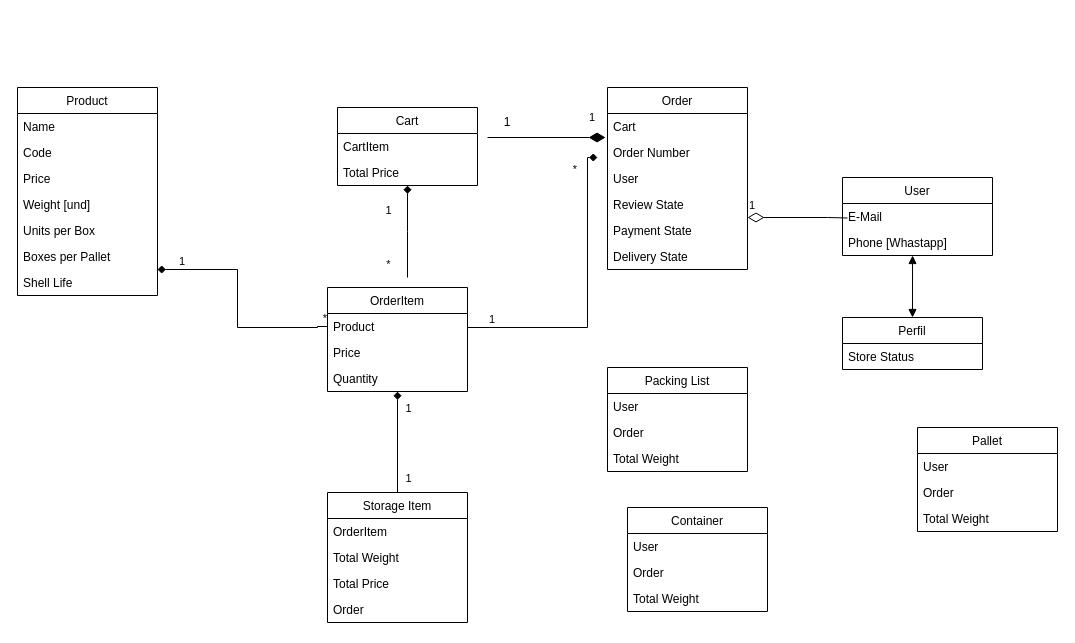
The draw.io diagram LUJACOL Class Diagram.drawio in jacobitosuperstar/lujacol, before the edit. Source tidied: cells renumbered, new cells numbered last; positions are measured from the earlier drawing's top-left corner, leaving out a move shared by most shapes. Both pictures are drawn from the tidied source at 100%, with x=0, y=0 at pixel (17, 87).
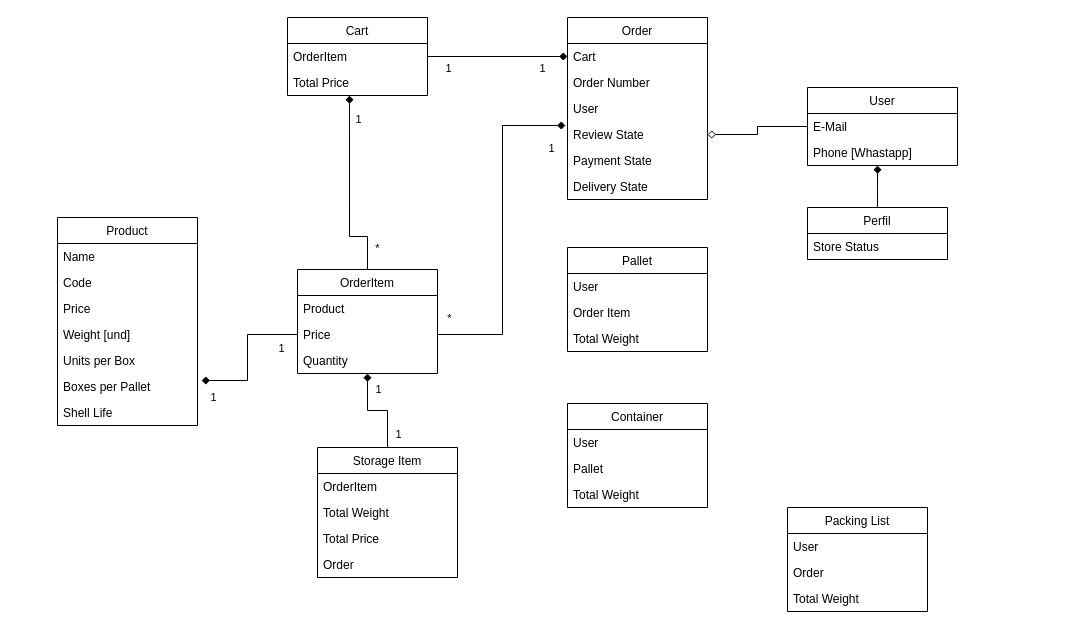
The same diagram, later.

Unchanged cells that the change refers to:
```xml
<mxCell id="8" value="Boxes per Pallet" style="text;strokeColor=none;fillColor=none;align=left;verticalAlign=top;spacingLeft=4;spacingRight=4;overflow=hidden;points=[[0,0.5],[1,0.5]];portConstraint=eastwest;" parent="2" vertex="1">
  <mxGeometry y="156" width="140" height="26" as="geometry" />
</mxCell>
<mxCell id="15" value="Total Price" style="text;strokeColor=none;fillColor=none;align=left;verticalAlign=top;spacingLeft=4;spacingRight=4;overflow=hidden;points=[[0,0.5],[1,0.5]];portConstraint=eastwest;" parent="13" vertex="1">
  <mxGeometry y="52" width="140" height="26" as="geometry" />
</mxCell>
<mxCell id="21" value="Price" style="text;strokeColor=none;fillColor=none;align=left;verticalAlign=top;spacingLeft=4;spacingRight=4;overflow=hidden;points=[[0,0.5],[1,0.5]];portConstraint=eastwest;" parent="19" vertex="1">
  <mxGeometry y="52" width="140" height="26" as="geometry" />
</mxCell>
<mxCell id="24" value="E-Mail" style="text;strokeColor=none;fillColor=none;align=left;verticalAlign=top;spacingLeft=4;spacingRight=4;overflow=hidden;points=[[0,0.5],[1,0.5]];portConstraint=eastwest;" parent="23" vertex="1">
  <mxGeometry y="26" width="150" height="26" as="geometry" />
</mxCell>
<mxCell id="25" value="Phone [Whastapp]" style="text;strokeColor=none;fillColor=none;align=left;verticalAlign=top;spacingLeft=4;spacingRight=4;overflow=hidden;points=[[0,0.5],[1,0.5]];portConstraint=eastwest;" parent="23" vertex="1">
  <mxGeometry y="52" width="150" height="26" as="geometry" />
</mxCell>
<mxCell id="29" value="Cart&#10;" style="text;strokeColor=none;fillColor=none;align=left;verticalAlign=top;spacingLeft=4;spacingRight=4;overflow=hidden;points=[[0,0.5],[1,0.5]];portConstraint=eastwest;" parent="28" vertex="1">
  <mxGeometry y="26" width="140" height="26" as="geometry" />
</mxCell>
<mxCell id="32" value="Review State" style="text;strokeColor=none;fillColor=none;align=left;verticalAlign=top;spacingLeft=4;spacingRight=4;overflow=hidden;points=[[0,0.5],[1,0.5]];portConstraint=eastwest;" parent="28" vertex="1">
  <mxGeometry y="104" width="140" height="26" as="geometry" />
</mxCell>
```

Change to the diagram source:
```diff
@@
     <mxCell id="2" value="Product" style="swimlane;fontStyle=0;horizontal=1;startSize=26;fillColor=none;" parent="1" vertex="1">
-      <mxGeometry width="140" height="208" as="geometry" />
+      <mxGeometry x="40" y="130" width="140" height="208" as="geometry" />
     </mxCell>
@@
-    <mxCell id="10" style="edgeStyle=orthogonalEdgeStyle;rounded=0;jettySize=auto;html=1;startArrow=diamond;startFill=1;endArrow=none;endFill=0;strokeColor=default;" parent="1" edge="1" source="13">
-      <mxGeometry relative="1" as="geometry">
-        <mxPoint x="390" y="190" as="targetPoint" />
-      </mxGeometry>
-    </mxCell>
-    <mxCell id="11" value="1" style="edgeLabel;html=1;align=center;verticalAlign=middle;" parent="10" vertex="1">
-      <mxGeometry x="-0.48" y="-1" relative="1" as="geometry">
-        <mxPoint x="-19" as="offset" />
-      </mxGeometry>
-    </mxCell>
-    <mxCell id="12" value="*" style="edgeLabel;html=1;align=center;verticalAlign=middle;" parent="10" vertex="1">
-      <mxGeometry x="0.7" y="2" relative="1" as="geometry">
-        <mxPoint x="-22" as="offset" />
-      </mxGeometry>
-    </mxCell>
+    <mxCell id="62" style="edgeStyle=orthogonalEdgeStyle;rounded=0;jettySize=auto;html=1;exitX=1;exitY=0.5;exitDx=0;exitDy=0;endArrow=diamond;endFill=1;" parent="1" edge="1" source="13" target="29">
+      <mxGeometry relative="1" as="geometry" />
+    </mxCell>
+    <mxCell id="63" value="1" style="edgeLabel;html=1;align=center;verticalAlign=middle;" parent="62" vertex="1">
+      <mxGeometry x="0.63" y="-4" relative="1" as="geometry">
+        <mxPoint y="7" as="offset" />
+      </mxGeometry>
+    </mxCell>
+    <mxCell id="64" value="1" style="edgeLabel;html=1;align=center;verticalAlign=middle;" parent="62" vertex="1">
+      <mxGeometry x="-0.77" y="-3" relative="1" as="geometry">
+        <mxPoint x="4" y="8" as="offset" />
+      </mxGeometry>
+    </mxCell>
     <mxCell id="13" value="Cart" style="swimlane;fontStyle=0;horizontal=1;startSize=26;fillColor=none;" parent="1" vertex="1">
-      <mxGeometry x="320" y="20" width="140" height="78" as="geometry" />
+      <mxGeometry x="270" y="-70" width="140" height="78" as="geometry" />
     </mxCell>
-    <mxCell id="14" value="CartItem" style="text;strokeColor=none;fillColor=none;align=left;verticalAlign=top;spacingLeft=4;spacingRight=4;overflow=hidden;" parent="13" vertex="1">
+    <mxCell id="14" value="OrderItem" style="text;strokeColor=none;fillColor=none;align=left;verticalAlign=top;spacingLeft=4;spacingRight=4;overflow=hidden;" parent="13" vertex="1">
       <mxGeometry y="26" width="140" height="26" as="geometry" />
     </mxCell>
@@
+    <mxCell id="65" style="edgeStyle=orthogonalEdgeStyle;rounded=0;jettySize=auto;html=1;exitX=0.5;exitY=0;exitDx=0;exitDy=0;entryX=0.443;entryY=1;entryDx=0;entryDy=0;entryPerimeter=0;endArrow=diamond;endFill=1;" parent="1" edge="1" source="19" target="15">
+      <mxGeometry relative="1" as="geometry">
+        <Array as="points">
+          <mxPoint x="350" y="149" />
+          <mxPoint x="332" y="149" />
+        </Array>
+      </mxGeometry>
+    </mxCell>
+    <mxCell id="66" value="1" style="edgeLabel;html=1;align=center;verticalAlign=middle;" parent="65" vertex="1">
+      <mxGeometry x="0.65" y="-1" relative="1" as="geometry">
+        <mxPoint x="7" y="-11" as="offset" />
+      </mxGeometry>
+    </mxCell>
+    <mxCell id="67" value="*" style="edgeLabel;html=1;align=center;verticalAlign=middle;" parent="65" vertex="1">
+      <mxGeometry x="-0.65" y="-2" relative="1" as="geometry">
+        <mxPoint x="10" y="13" as="offset" />
+      </mxGeometry>
+    </mxCell>
     <mxCell id="19" value="OrderItem" style="swimlane;fontStyle=0;horizontal=1;startSize=26;fillColor=none;" parent="1" vertex="1">
-      <mxGeometry x="310" y="200" width="140" height="104" as="geometry" />
+      <mxGeometry x="280" y="182" width="140" height="104" as="geometry" />
     </mxCell>
@@
     <mxCell id="23" value="User" style="swimlane;fontStyle=0;horizontal=1;startSize=26;fillColor=none;" parent="1" vertex="1">
-      <mxGeometry x="825" y="90" width="150" height="78" as="geometry" />
+      <mxGeometry x="790" width="150" height="78" as="geometry" />
     </mxCell>
@@
     <mxCell id="26" value="Perfil" style="swimlane;fontStyle=0;horizontal=1;startSize=26;fillColor=none;" parent="1" vertex="1">
-      <mxGeometry x="825" y="230" width="140" height="52" as="geometry" />
+      <mxGeometry x="790" y="120" width="140" height="52" as="geometry" />
     </mxCell>
@@
     <mxCell id="28" value="Order" style="swimlane;fontStyle=0;horizontal=1;startSize=26;fillColor=none;" parent="1" vertex="1">
-      <mxGeometry x="590" width="140" height="182" as="geometry" />
+      <mxGeometry x="550" y="-70" width="140" height="182" as="geometry" />
     </mxCell>
@@
-    <mxCell id="35" value="1" style="endArrow=none;html=1;endSize=12;startArrow=diamondThin;startSize=14;startFill=0;edgeStyle=orthogonalEdgeStyle;align=left;verticalAlign=bottom;rounded=0;endFill=0;" parent="1" edge="1">
-      <mxGeometry x="-1" y="3" relative="1" as="geometry">
-        <mxPoint x="730" y="130" as="sourcePoint" />
-        <mxPoint x="830" y="130.5" as="targetPoint" />
-        <Array as="points">
-          <mxPoint x="810" y="130.5" />
-          <mxPoint x="810" y="130.5" />
-        </Array>
-      </mxGeometry>
-    </mxCell>
-    <mxCell id="36" style="endArrow=block;startArrow=block;endFill=1;startFill=1;html=1;rounded=0;exitX=0.5;exitY=0;exitDx=0;exitDy=0;entryX=0.467;entryY=1;entryDx=0;entryDy=0;entryPerimeter=0;" parent="1" edge="1" source="26" target="25">
+    <mxCell id="36" style="endArrow=diamond;startArrow=none;endFill=1;startFill=0;html=1;rounded=0;exitX=0.5;exitY=0;exitDx=0;exitDy=0;entryX=0.467;entryY=1;entryDx=0;entryDy=0;entryPerimeter=0;" parent="1" edge="1" source="26" target="25">
       <mxGeometry relative="1" as="geometry" />
     </mxCell>
-    <mxCell id="37" value="1" style="endArrow=none;html=1;endSize=12;startArrow=diamondThin;startSize=14;startFill=1;edgeStyle=orthogonalEdgeStyle;align=left;verticalAlign=bottom;rounded=0;exitX=-0.014;exitY=0.923;exitDx=0;exitDy=0;exitPerimeter=0;endFill=0;" parent="1" edge="1" source="29">
-      <mxGeometry x="-0.69" y="-11" relative="1" as="geometry">
-        <mxPoint x="470" y="50" as="targetPoint" />
-      </mxGeometry>
-    </mxCell>
     <mxCell id="38" value="Packing List" style="swimlane;fontStyle=0;horizontal=1;startSize=26;fillColor=none;" parent="1" vertex="1">
-      <mxGeometry x="590" y="280" width="140" height="104" as="geometry" />
+      <mxGeometry x="770" y="420" width="140" height="104" as="geometry" />
     </mxCell>
@@
     <mxCell id="42" value="Storage Item" style="swimlane;fontStyle=0;horizontal=1;startSize=26;fillColor=none;" parent="1" vertex="1">
-      <mxGeometry x="310" y="405" width="140" height="130" as="geometry" />
+      <mxGeometry x="300" y="360" width="140" height="130" as="geometry" />
     </mxCell>
@@
-    <mxCell id="47" value="1" style="text;html=1;strokeColor=none;fillColor=none;align=center;verticalAlign=middle;whiteSpace=wrap;rounded=0;" parent="1" vertex="1">
-      <mxGeometry x="460" y="20" width="60" height="30" as="geometry" />
-    </mxCell>
-    <mxCell id="48" style="endArrow=none;html=1;rounded=0;edgeStyle=orthogonalEdgeStyle;endFill=0;strokeColor=default;startArrow=diamond;startFill=1;" parent="1" edge="1">
-      <mxGeometry relative="1" as="geometry">
-        <mxPoint x="140" y="182" as="sourcePoint" />
-        <mxPoint x="310" y="239" as="targetPoint" />
-        <Array as="points">
-          <mxPoint x="220" y="182" />
-          <mxPoint x="220" y="240" />
-          <mxPoint x="300" y="240" />
-          <mxPoint x="300" y="239" />
-        </Array>
-      </mxGeometry>
-    </mxCell>
-    <mxCell id="49" value="1" style="edgeLabel;html=1;align=left;verticalAlign=bottom;" parent="48" vertex="1">
-      <mxGeometry x="-1" relative="1" as="geometry">
-        <mxPoint x="20" as="offset" />
-      </mxGeometry>
-    </mxCell>
-    <mxCell id="50" value="*" style="edgeLabel;html=1;align=right;verticalAlign=bottom;" parent="48" vertex="1">
-      <mxGeometry x="1" relative="1" as="geometry" />
-    </mxCell>
-    <mxCell id="51" style="endArrow=diamond;html=1;rounded=0;edgeStyle=orthogonalEdgeStyle;endFill=1;strokeColor=default;startArrow=none;startFill=0;" parent="1" edge="1">
-      <mxGeometry relative="1" as="geometry">
-        <mxPoint x="450" y="242" as="sourcePoint" />
-        <mxPoint x="580" y="70" as="targetPoint" />
-        <Array as="points">
-          <mxPoint x="450" y="240" />
-          <mxPoint x="570" y="240" />
-          <mxPoint x="570" y="70" />
-        </Array>
-      </mxGeometry>
-    </mxCell>
-    <mxCell id="52" value="1" style="edgeLabel;html=1;align=left;verticalAlign=bottom;" parent="51" vertex="1">
-      <mxGeometry x="-1" relative="1" as="geometry">
-        <mxPoint x="20" y="-2" as="offset" />
-      </mxGeometry>
-    </mxCell>
-    <mxCell id="53" value="*" style="edgeLabel;html=1;align=right;verticalAlign=bottom;" parent="51" vertex="1">
-      <mxGeometry x="1" relative="1" as="geometry">
-        <mxPoint x="-20" y="20" as="offset" />
-      </mxGeometry>
-    </mxCell>
     <mxCell id="54" value="Container" style="swimlane;fontStyle=0;horizontal=1;startSize=26;fillColor=none;" parent="1" vertex="1">
-      <mxGeometry x="610" y="420" width="140" height="104" as="geometry" />
+      <mxGeometry x="550" y="316" width="140" height="104" as="geometry" />
     </mxCell>
@@
-    <mxCell id="56" value="Order" style="text;strokeColor=none;fillColor=none;align=left;verticalAlign=top;spacingLeft=4;spacingRight=4;overflow=hidden;" parent="54" vertex="1">
+    <mxCell id="56" value="Pallet" style="text;strokeColor=none;fillColor=none;align=left;verticalAlign=top;spacingLeft=4;spacingRight=4;overflow=hidden;" parent="54" vertex="1">
       <mxGeometry y="52" width="140" height="26" as="geometry" />
     </mxCell>
@@
     <mxCell id="58" value="Pallet" style="swimlane;fontStyle=0;horizontal=1;startSize=26;fillColor=none;" parent="1" vertex="1">
-      <mxGeometry x="900" y="340" width="140" height="104" as="geometry" />
+      <mxGeometry x="550" y="160" width="140" height="104" as="geometry" />
     </mxCell>
@@
-    <mxCell id="60" value="Order" style="text;strokeColor=none;fillColor=none;align=left;verticalAlign=top;spacingLeft=4;spacingRight=4;overflow=hidden;" parent="58" vertex="1">
+    <mxCell id="60" value="Order Item" style="text;strokeColor=none;fillColor=none;align=left;verticalAlign=top;spacingLeft=4;spacingRight=4;overflow=hidden;" parent="58" vertex="1">
       <mxGeometry y="52" width="140" height="26" as="geometry" />
     </mxCell>
@@
+    <mxCell id="68" style="edgeStyle=orthogonalEdgeStyle;rounded=0;jettySize=auto;html=1;exitX=0;exitY=0.5;exitDx=0;exitDy=0;entryX=1;entryY=0.5;entryDx=0;entryDy=0;endArrow=diamond;endFill=0;" parent="1" edge="1" source="24" target="32">
+      <mxGeometry relative="1" as="geometry" />
+    </mxCell>
+    <mxCell id="69" style="edgeStyle=orthogonalEdgeStyle;rounded=0;jettySize=auto;html=1;exitX=0;exitY=0.5;exitDx=0;exitDy=0;entryX=1.029;entryY=0.269;entryDx=0;entryDy=0;entryPerimeter=0;endArrow=diamond;endFill=1;" parent="1" edge="1" source="21" target="8">
+      <mxGeometry relative="1" as="geometry" />
+    </mxCell>
+    <mxCell id="70" value="1" style="edgeLabel;html=1;align=center;verticalAlign=middle;" parent="69" vertex="1">
+      <mxGeometry x="0.83" y="1" relative="1" as="geometry">
+        <mxPoint y="16" as="offset" />
+      </mxGeometry>
+    </mxCell>
+    <mxCell id="71" value="&lt;div&gt;1&lt;/div&gt;" style="edgeLabel;html=1;align=center;verticalAlign=middle;" parent="69" vertex="1">
+      <mxGeometry x="-0.87" y="3" relative="1" as="geometry">
+        <mxPoint x="-8" y="10" as="offset" />
+      </mxGeometry>
+    </mxCell>
+    <mxCell id="72" style="edgeStyle=orthogonalEdgeStyle;rounded=0;jettySize=auto;html=1;exitX=1;exitY=0.5;exitDx=0;exitDy=0;entryX=-0.014;entryY=0.154;entryDx=0;entryDy=0;entryPerimeter=0;endArrow=diamond;endFill=1;" parent="1" edge="1" source="21" target="32">
+      <mxGeometry relative="1" as="geometry" />
+    </mxCell>
+    <mxCell id="73" value="1" style="edgeLabel;html=1;align=center;verticalAlign=middle;" parent="72" vertex="1">
+      <mxGeometry x="0.9" y="1" relative="1" as="geometry">
+        <mxPoint x="2" y="23" as="offset" />
+      </mxGeometry>
+    </mxCell>
+    <mxCell id="74" value="*" style="edgeLabel;html=1;align=center;verticalAlign=middle;" parent="72" vertex="1">
+      <mxGeometry x="-0.92" relative="1" as="geometry">
+        <mxPoint x="-2" y="-17" as="offset" />
+      </mxGeometry>
+    </mxCell>
```
